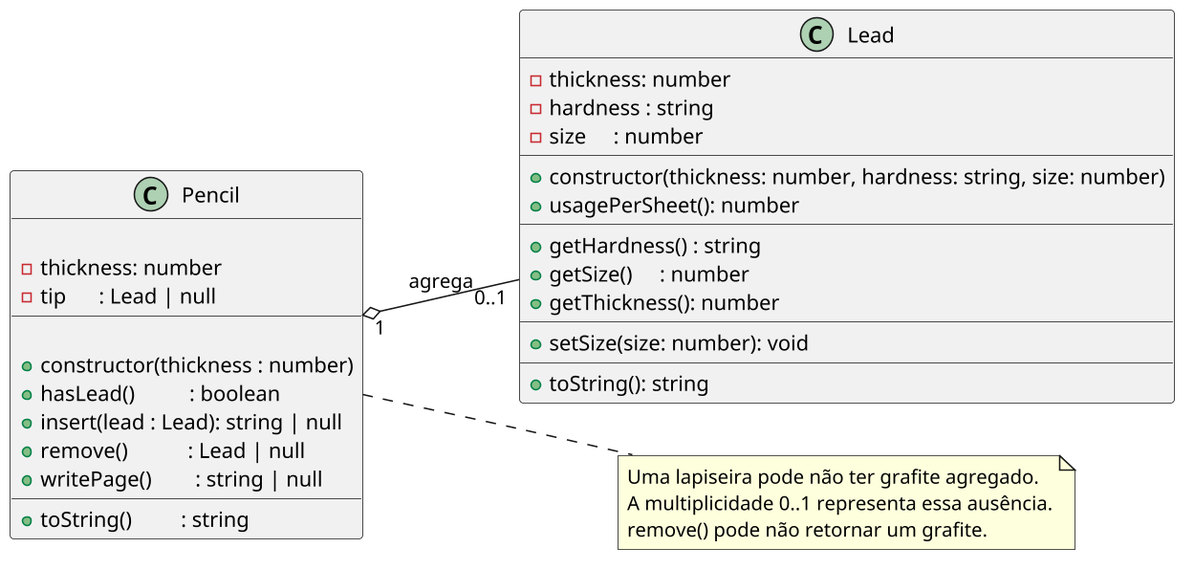
qxcodepoo/arcade keeps this PlantUML diagram as labs/grafite/assets/diagrama.png. Above is the earlier version.
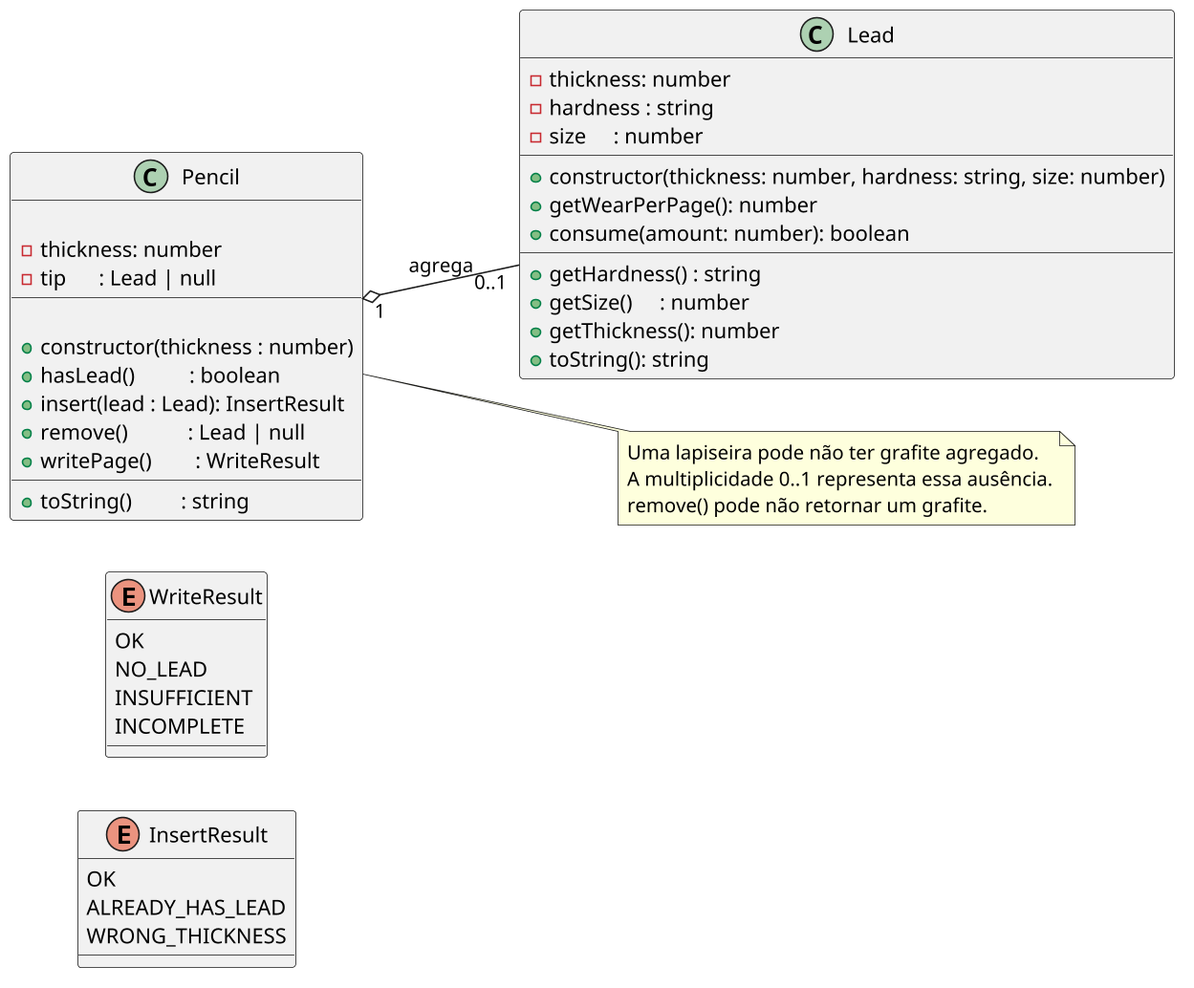
After the change.

Diff of the diagram source:
```diff
@@ -2,6 +2,19 @@
 skinparam defaultFontName "Source Code Pro"
 skinparam dpi 150
 left to right direction
+
+enum InsertResult {
+    OK
+    ALREADY_HAS_LEAD
+    WRONG_THICKNESS
+}
+
+enum WriteResult {
+    OK
+    NO_LEAD
+    INSUFFICIENT
+    INCOMPLETE
+}
 
 class Lead {
     - thickness: number
@@ -9,14 +22,12 @@
     - size     : number
     __
     + constructor(thickness: number, hardness: string, size: number)
-    + usagePerSheet(): number
+    + getWearPerPage(): number
+    + consume(amount: number): boolean
     __
     + getHardness() : string
     + getSize()     : number
     + getThickness(): number
-    __
-    + setSize(size: number): void
-    __
     + toString(): string
 }
 
@@ -28,9 +39,9 @@
 
     + constructor(thickness : number)
     + hasLead()          : boolean
-    + insert(lead : Lead): string | null
+    + insert(lead : Lead): InsertResult
     + remove()           : Lead | null
-    + writePage()        : string | null
+    + writePage()        : WriteResult
     __
     + toString()         : string
 }
```
